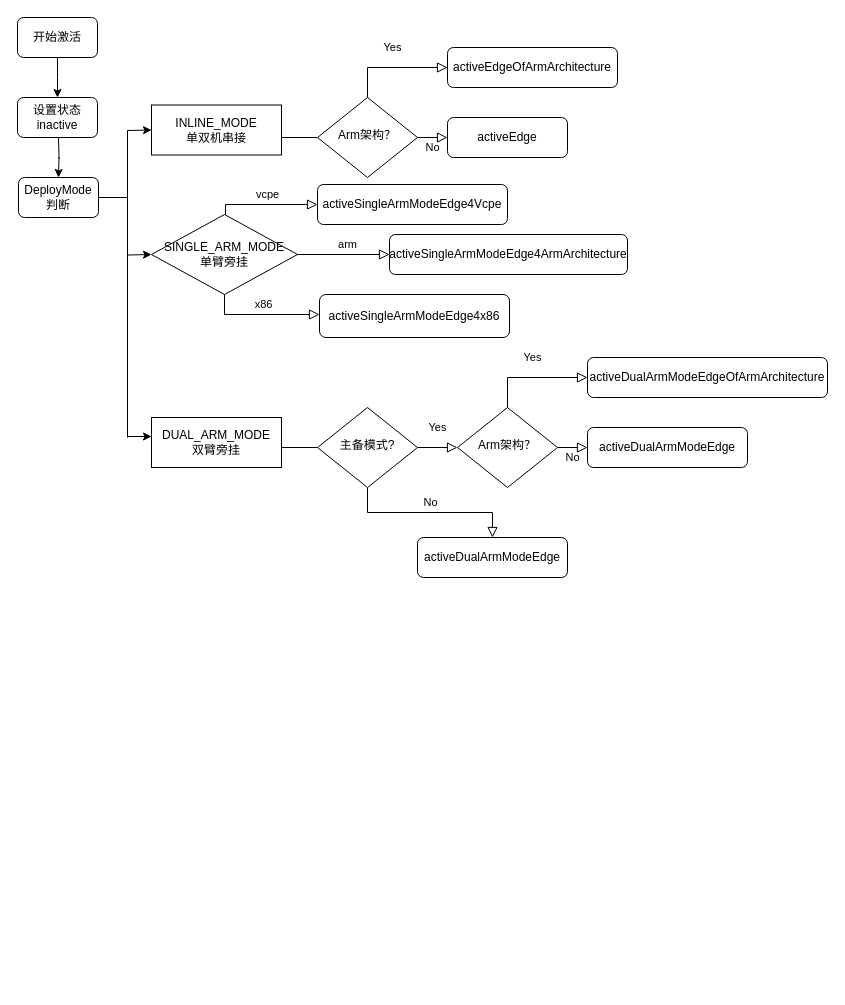
wenchma/diagram keeps this draw.io diagram as Untitled Diagram.drawio. Above is the earlier version. Source tidied: cells renumbered, new cells numbered last; positions are measured from the earlier drawing's top-left corner, leaving out a move shared by most shapes. Both pictures are drawn from the tidied source at 100%, with x=0, y=0 at pixel (17, 17).
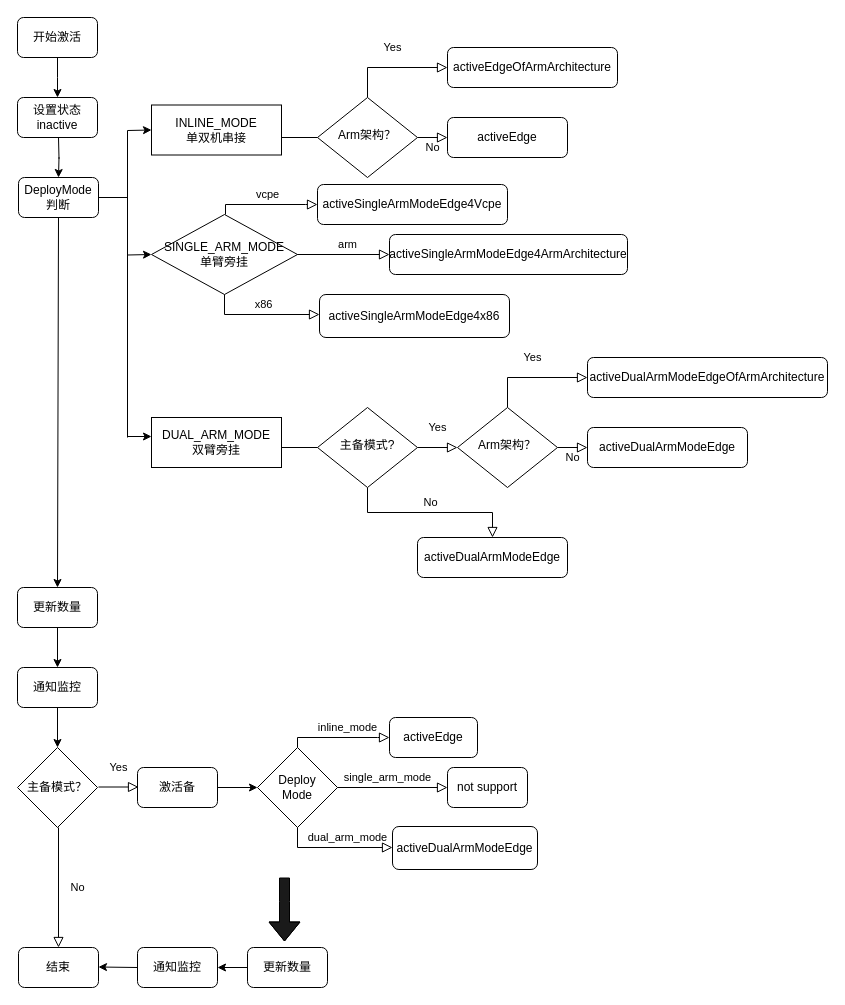
The same page after the edit.

Unchanged cells that the change refers to:
```xml
<mxCell id="11" value="DeployMode判断" style="rounded=1;whiteSpace=wrap;html=1;" parent="1" vertex="1">
  <mxGeometry x="1" y="160" width="80" height="40" as="geometry" />
</mxCell>
```

Diff of the diagram source:
```diff
@@
+    <mxCell id="37" value="更新数量" style="rounded=1;whiteSpace=wrap;html=1;" parent="1" vertex="1">
+      <mxGeometry y="570" width="80" height="40" as="geometry" />
+    </mxCell>
+    <mxCell id="38" style="endArrow=classic;html=1;rounded=0;exitX=0.5;exitY=1;exitDx=0;exitDy=0;entryX=0.5;entryY=0;entryDx=0;entryDy=0;" parent="1" edge="1" source="11" target="37">
+      <mxGeometry relative="1" as="geometry" />
+    </mxCell>
+    <mxCell id="39" value="通知监控" style="rounded=1;whiteSpace=wrap;html=1;" parent="1" vertex="1">
+      <mxGeometry y="650" width="80" height="40" as="geometry" />
+    </mxCell>
+    <mxCell id="40" style="endArrow=classic;html=1;rounded=0;exitX=0.5;exitY=1;exitDx=0;exitDy=0;entryX=0.5;entryY=0;entryDx=0;entryDy=0;" parent="1" edge="1" source="37" target="39">
+      <mxGeometry relative="1" as="geometry" />
+    </mxCell>
+    <mxCell id="41" value="主备模式？" style="rhombus;whiteSpace=wrap;html=1;" parent="1" vertex="1">
+      <mxGeometry y="730" width="80" height="80" as="geometry" />
+    </mxCell>
+    <mxCell id="42" style="endArrow=classic;html=1;rounded=0;exitX=0.5;exitY=1;exitDx=0;exitDy=0;entryX=0.5;entryY=0;entryDx=0;entryDy=0;" parent="1" edge="1">
+      <mxGeometry relative="1" as="geometry">
+        <mxPoint x="40" y="690" as="sourcePoint" />
+        <mxPoint x="40" y="730" as="targetPoint" />
+      </mxGeometry>
+    </mxCell>
+    <mxCell id="43" value="结束" style="rounded=1;whiteSpace=wrap;html=1;" parent="1" vertex="1">
+      <mxGeometry x="1" y="930" width="80" height="40" as="geometry" />
+    </mxCell>
+    <mxCell id="44" value="Yes" style="rounded=0;html=1;jettySize=auto;orthogonalLoop=1;fontSize=11;endArrow=block;endFill=0;endSize=8;strokeWidth=1;shadow=0;labelBackgroundColor=none;edgeStyle=orthogonalEdgeStyle;entryX=0;entryY=0.5;entryDx=0;entryDy=0;" parent="1" edge="1">
+      <mxGeometry y="20" relative="1" as="geometry">
+        <mxPoint x="81" y="769.5" as="sourcePoint" />
+        <mxPoint x="121" y="769.5" as="targetPoint" />
+        <Array as="points">
+          <mxPoint x="111" y="769.5" />
+          <mxPoint x="111" y="769.5" />
+        </Array>
+      </mxGeometry>
+    </mxCell>
+    <mxCell id="45" value="激活备" style="rounded=1;whiteSpace=wrap;html=1;" parent="1" vertex="1">
+      <mxGeometry x="120" y="750" width="80" height="40" as="geometry" />
+    </mxCell>
+    <mxCell id="46" value="Deploy&lt;br&gt;Mode" style="rhombus;whiteSpace=wrap;html=1;" parent="1" vertex="1">
+      <mxGeometry x="240" y="730" width="80" height="80" as="geometry" />
+    </mxCell>
+    <mxCell id="47" style="endArrow=classic;html=1;rounded=0;" parent="1" edge="1" target="46">
+      <mxGeometry relative="1" as="geometry">
+        <mxPoint x="200" y="770" as="sourcePoint" />
+      </mxGeometry>
+    </mxCell>
+    <mxCell id="48" value="inline_mode" style="rounded=0;html=1;jettySize=auto;orthogonalLoop=1;fontSize=11;endArrow=block;endFill=0;endSize=8;strokeWidth=1;shadow=0;labelBackgroundColor=none;edgeStyle=orthogonalEdgeStyle;" parent="1" edge="1">
+      <mxGeometry x="0.18" y="10" relative="1" as="geometry">
+        <mxPoint x="280" y="730" as="sourcePoint" />
+        <mxPoint x="372" y="720" as="targetPoint" />
+        <Array as="points">
+          <mxPoint x="280" y="720" />
+          <mxPoint x="360" y="720" />
+        </Array>
+      </mxGeometry>
+    </mxCell>
+    <mxCell id="49" value="activeEdge" style="rounded=1;whiteSpace=wrap;html=1;fontSize=12;glass=0;strokeWidth=1;shadow=0;" parent="1" vertex="1">
+      <mxGeometry x="372" y="700" width="88" height="40" as="geometry" />
+    </mxCell>
+    <mxCell id="50" value="single_arm_mode" style="rounded=0;html=1;jettySize=auto;fontSize=11;endArrow=block;endFill=0;endSize=8;strokeWidth=1;shadow=0;labelBackgroundColor=none;edgeStyle=orthogonalEdgeStyle;entryX=0;entryY=0.5;entryDx=0;entryDy=0;exitX=1;exitY=0.5;exitDx=0;exitDy=0;" parent="1" edge="1" source="46" target="51">
+      <mxGeometry x="-0.09" y="10" relative="1" as="geometry" />
+    </mxCell>
+    <mxCell id="51" value="not support" style="rounded=1;whiteSpace=wrap;html=1;fontSize=12;glass=0;strokeWidth=1;shadow=0;" parent="1" vertex="1">
+      <mxGeometry x="430" y="750" width="80" height="40" as="geometry" />
+    </mxCell>
+    <mxCell id="52" value="dual_arm_mode" style="rounded=0;html=1;jettySize=auto;orthogonalLoop=1;fontSize=11;endArrow=block;endFill=0;endSize=8;strokeWidth=1;shadow=0;labelBackgroundColor=none;edgeStyle=orthogonalEdgeStyle;exitX=0.5;exitY=1;exitDx=0;exitDy=0;" parent="1" edge="1">
+      <mxGeometry x="0.22" y="10" relative="1" as="geometry">
+        <mxPoint x="280" y="810" as="sourcePoint" />
+        <mxPoint x="375" y="830" as="targetPoint" />
+        <Array as="points">
+          <mxPoint x="280" y="830" />
+        </Array>
+      </mxGeometry>
+    </mxCell>
+    <mxCell id="53" value="activeDualArmModeEdge" style="rounded=1;whiteSpace=wrap;html=1;fontSize=12;glass=0;strokeWidth=1;shadow=0;" parent="1" vertex="1">
+      <mxGeometry x="375" y="809" width="145" height="43" as="geometry" />
+    </mxCell>
+    <mxCell id="54" value="No" style="rounded=0;html=1;jettySize=auto;fontSize=11;endArrow=block;endFill=0;endSize=8;strokeWidth=1;shadow=0;labelBackgroundColor=none;edgeStyle=orthogonalEdgeStyle;entryX=0.5;entryY=0;entryDx=0;entryDy=0;" parent="1" edge="1" target="43">
+      <mxGeometry y="19" relative="1" as="geometry">
+        <mxPoint x="41" y="810" as="sourcePoint" />
+        <Array as="points">
+          <mxPoint x="41" y="810" />
+        </Array>
+      </mxGeometry>
+    </mxCell>
+    <mxCell id="55" value="更新数量" style="rounded=1;whiteSpace=wrap;html=1;" parent="1" vertex="1">
+      <mxGeometry x="230" y="930" width="80" height="40" as="geometry" />
+    </mxCell>
+    <mxCell id="56" value="通知监控" style="rounded=1;whiteSpace=wrap;html=1;" parent="1" vertex="1">
+      <mxGeometry x="120" y="930" width="80" height="40" as="geometry" />
+    </mxCell>
+    <mxCell id="57" style="endArrow=classic;html=1;rounded=0;exitX=0;exitY=0.5;exitDx=0;exitDy=0;entryX=1;entryY=0.5;entryDx=0;entryDy=0;" parent="1" edge="1" source="55" target="56">
+      <mxGeometry relative="1" as="geometry" />
+    </mxCell>
+    <mxCell id="58" style="endArrow=classic;html=1;rounded=0;exitX=0;exitY=0.5;exitDx=0;exitDy=0;entryX=1;entryY=0.5;entryDx=0;entryDy=0;" parent="1" edge="1" source="56">
+      <mxGeometry relative="1" as="geometry">
+        <mxPoint x="81" y="949.5" as="targetPoint" />
+      </mxGeometry>
+    </mxCell>
+    <mxCell id="59" style="shape=flexArrow;endArrow=classic;html=1;rounded=0;labelBackgroundColor=#1A1A1A;fillColor=#1A1A1A;" parent="1" edge="1">
+      <mxGeometry relative="1" as="geometry">
+        <mxPoint x="267" y="860" as="sourcePoint" />
+        <mxPoint x="267" y="924" as="targetPoint" />
+        <Array as="points">
+          <mxPoint x="267" y="884" />
+        </Array>
+      </mxGeometry>
+    </mxCell>
```
